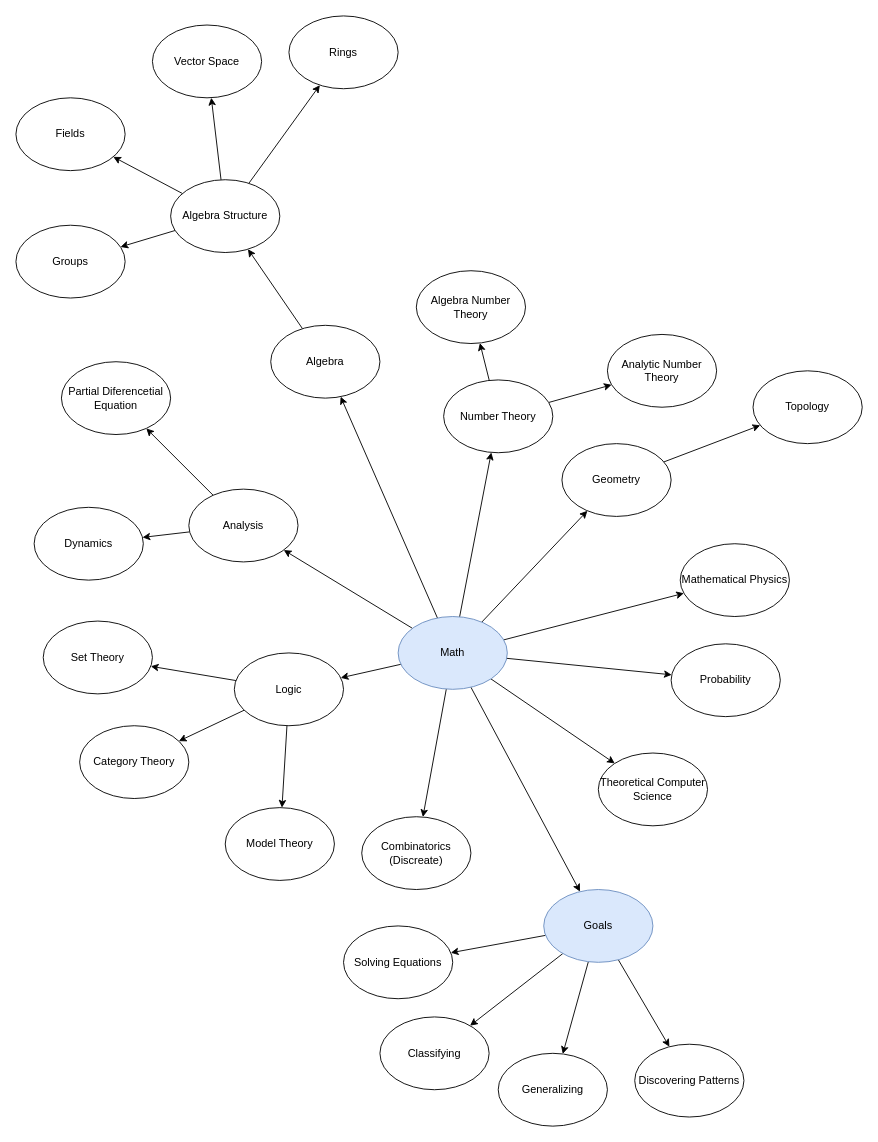
The draw.io diagram math.drawio in chavp/data-modeling, before the edit. Source tidied: cells renumbered, new cells numbered last; positions are measured from the earlier drawing's top-left corner, leaving out a move shared by most shapes. Both pictures are drawn from the tidied source at 91%, with x=0, y=0 at pixel (15, 15).
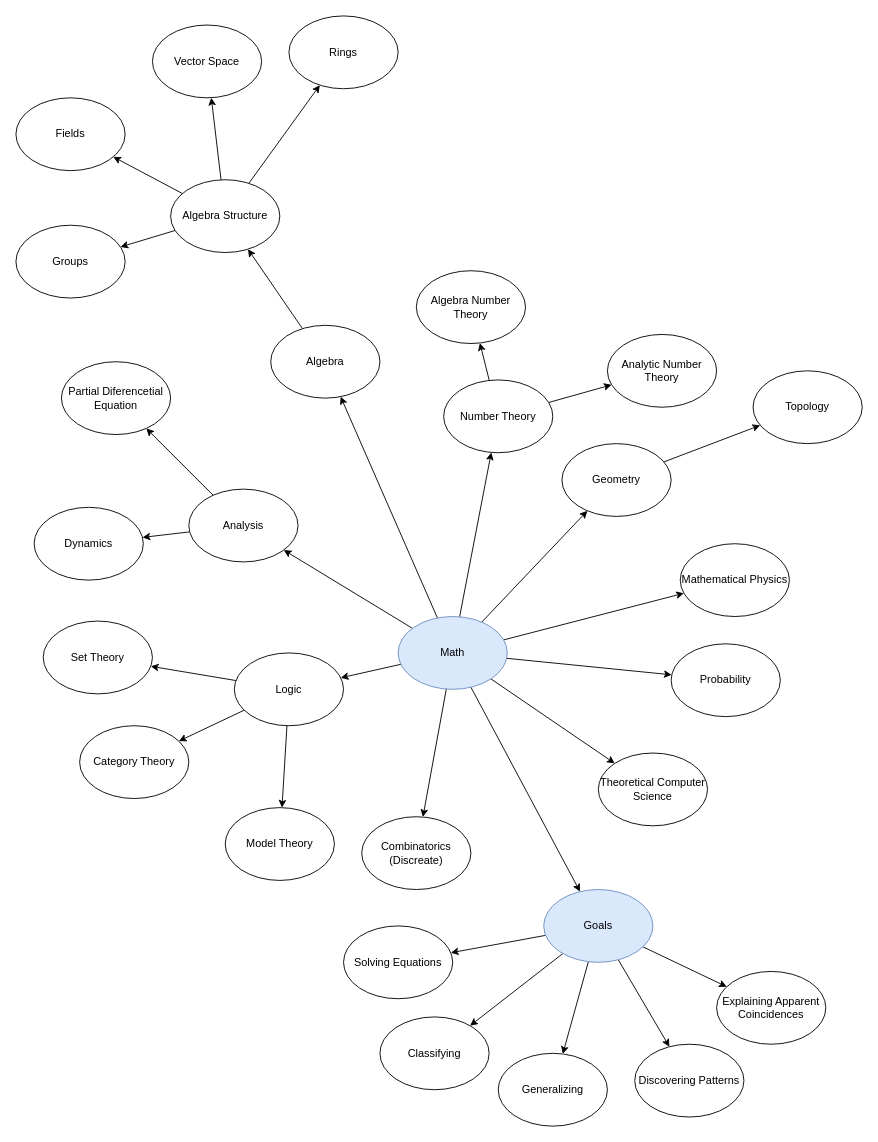
The same page after the edit.

The change refers to these unchanged cells:
```xml
<mxCell id="52" value="Goals" style="ellipse;whiteSpace=wrap;html=1;fillColor=#dae8fc;strokeColor=#6c8ebf;" parent="1" vertex="1">
  <mxGeometry x="580" y="960" width="120" height="80" as="geometry" />
</mxCell>
```

What changed in the source:
```diff
@@
+    <mxCell id="57" style="rounded=0;jettySize=auto;html=1;" parent="1" edge="1" source="52" target="58">
+      <mxGeometry relative="1" as="geometry" />
+    </mxCell>
@@
+    <mxCell id="58" value="Explaining Apparent Coincidences" style="ellipse;whiteSpace=wrap;html=1;" parent="1" vertex="1">
+      <mxGeometry x="770" y="1050" width="120" height="80" as="geometry" />
+    </mxCell>
```
